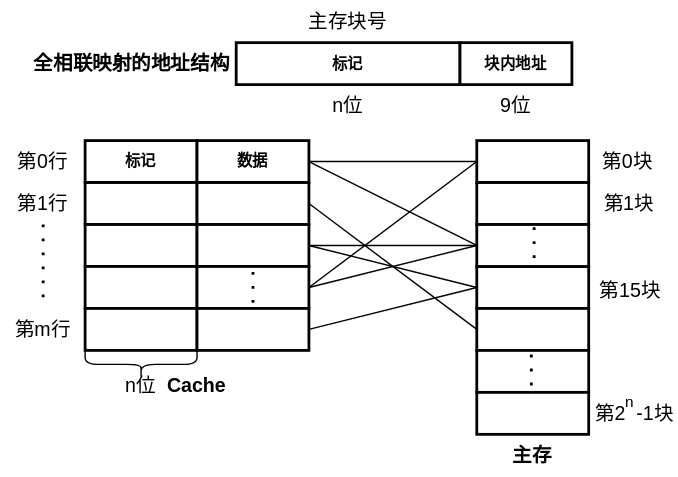
Earlier version of the draw.io export pictures/计算机组成原理-Cache-主存的全相联映射方式.drawio.svg (creatern/NoteBook). Source tidied: cells renumbered, new cells last; positions are measured from the earlier drawing's top-left corner, leaving out a move shared by most shapes.
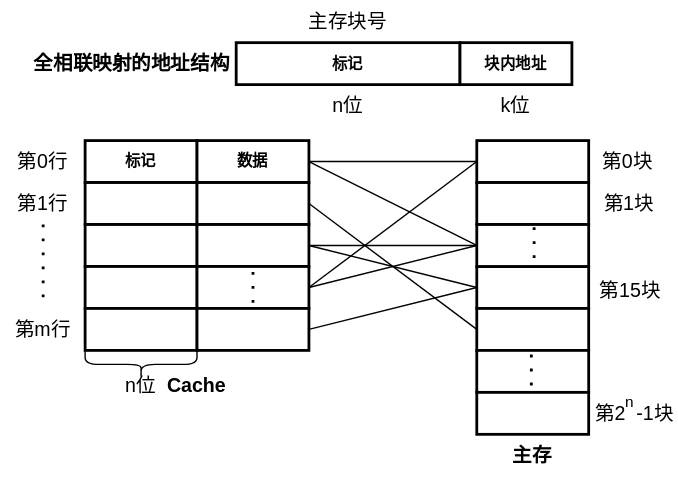
The same file after the commit.

Change to the diagram source:
```diff
@@ -149,7 +149,7 @@
     <mxCell id="47" value="主存块号" style="text;html=1;strokeColor=none;fillColor=none;align=center;verticalAlign=middle;whiteSpace=wrap;rounded=0;fontSize=14;fontFamily=Helvetica;fontColor=default;" parent="1" vertex="1">
       <mxGeometry x="218" width="60" height="30" as="geometry" />
     </mxCell>
-    <mxCell id="48" value="9位" style="text;html=1;strokeColor=none;fillColor=none;align=center;verticalAlign=middle;whiteSpace=wrap;rounded=0;fontSize=14;fontFamily=Helvetica;fontColor=default;" parent="1" vertex="1">
+    <mxCell id="48" value="k位" style="text;html=1;strokeColor=none;fillColor=none;align=center;verticalAlign=middle;whiteSpace=wrap;rounded=0;fontSize=14;fontFamily=Helvetica;fontColor=default;" parent="1" vertex="1">
       <mxGeometry x="338" y="60" width="60" height="30" as="geometry" />
     </mxCell>
   </root>
```
